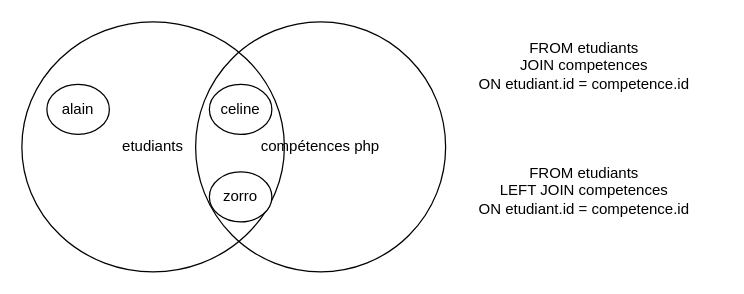
webdevproformation/module5-SQL-greta-janv-2025 keeps this draw.io diagram as jour06/03-jointure.drawio. Above is the earlier version. Source tidied: cells renumbered, new cells numbered last; positions are measured from the earlier drawing's top-left corner, leaving out a move shared by most shapes. Both pictures are drawn from the tidied source at 125%, with x=0, y=0 at pixel (21, 21).
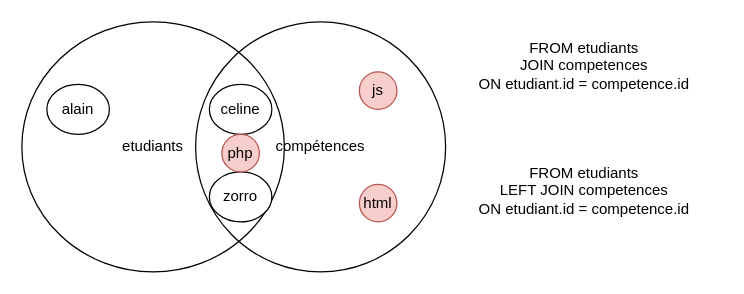
The same diagram, later.

Diff of the diagram source:
```diff
@@
 <mxGraphModel>
   <root>
     <mxCell id="0" />
     <mxCell id="1" parent="0" />
     <mxCell id="2" value="etudiants" style="ellipse;whiteSpace=wrap;html=1;" parent="1" vertex="1">
       <mxGeometry width="210" height="200" as="geometry" />
     </mxCell>
     <mxCell id="3" value="alain" style="ellipse;whiteSpace=wrap;html=1;" parent="1" vertex="1">
       <mxGeometry x="20" y="50" width="50" height="40" as="geometry" />
     </mxCell>
     <mxCell id="4" value="celine" style="ellipse;whiteSpace=wrap;html=1;" parent="1" vertex="1">
       <mxGeometry x="150" y="50" width="50" height="40" as="geometry" />
     </mxCell>
     <mxCell id="5" value="zorro" style="ellipse;whiteSpace=wrap;html=1;" parent="1" vertex="1">
       <mxGeometry x="150" y="120" width="50" height="40" as="geometry" />
     </mxCell>
-    <mxCell id="6" value="compétences php" style="ellipse;whiteSpace=wrap;html=1;fillColor=none;" parent="1" vertex="1">
+    <mxCell id="6" value="compétences" style="ellipse;whiteSpace=wrap;html=1;fillColor=none;" parent="1" vertex="1">
       <mxGeometry x="139" width="200" height="200" as="geometry" />
     </mxCell>
     <mxCell id="7" value="FROM etudiants&lt;br&gt;JOIN competences&lt;br&gt;ON etudiant.id = competence.id" style="text;html=1;strokeColor=none;fillColor=none;align=center;verticalAlign=middle;whiteSpace=wrap;rounded=0;" parent="1" vertex="1">
       <mxGeometry x="340" y="20" width="220" height="30" as="geometry" />
     </mxCell>
     <mxCell id="8" value="FROM etudiants&lt;br&gt;LEFT JOIN competences&lt;br&gt;ON etudiant.id = competence.id" style="text;html=1;strokeColor=none;fillColor=none;align=center;verticalAlign=middle;whiteSpace=wrap;rounded=0;" parent="1" vertex="1">
       <mxGeometry x="340" y="120" width="220" height="30" as="geometry" />
     </mxCell>
+    <mxCell id="9" value="php" style="ellipse;whiteSpace=wrap;html=1;fillColor=#f8cecc;strokeColor=#b85450;" parent="1" vertex="1">
+      <mxGeometry x="160" y="90" width="30" height="30" as="geometry" />
+    </mxCell>
+    <mxCell id="10" value="js" style="ellipse;whiteSpace=wrap;html=1;fillColor=#f8cecc;strokeColor=#b85450;" parent="1" vertex="1">
+      <mxGeometry x="270" y="40" width="30" height="30" as="geometry" />
+    </mxCell>
+    <mxCell id="11" value="html" style="ellipse;whiteSpace=wrap;html=1;fillColor=#f8cecc;strokeColor=#b85450;" parent="1" vertex="1">
+      <mxGeometry x="270" y="130" width="30" height="30" as="geometry" />
+    </mxCell>
   </root>
 </mxGraphModel>
```
